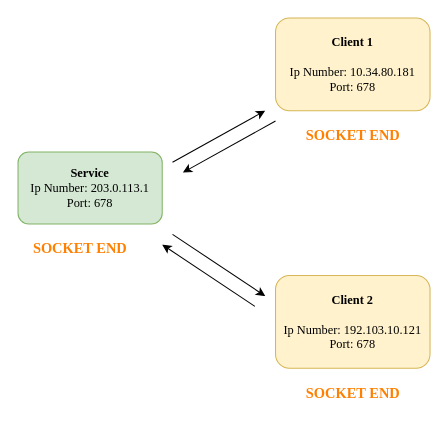
elifoz/QuantumGraphics keeps this draw.io diagram as socketEndScheme.drawio. Above is the earlier version. Source tidied: cells renumbered, new cells numbered last; positions are measured from the earlier drawing's top-left corner, leaving out a move shared by most shapes. Both pictures are drawn from the tidied source at 103%, with x=0, y=0 at pixel (18, 18).
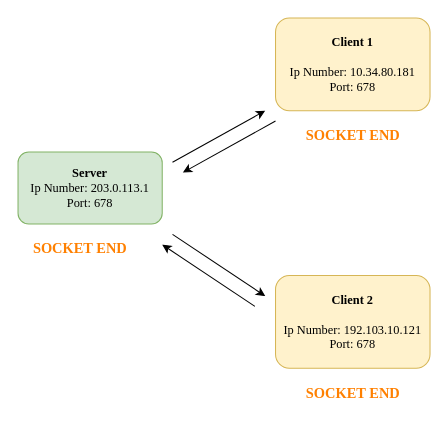
After the change.

Change to the diagram source:
```diff
@@
 <mxGraphModel>
   <root>
     <mxCell id="0" />
     <mxCell id="1" parent="0" />
     <mxCell id="2" value="&lt;b&gt;&lt;font face=&quot;Times New Roman&quot;&gt;Client 1&lt;br&gt;&lt;/font&gt;&lt;/b&gt;&lt;br&gt;&lt;font face=&quot;Times New Roman&quot;&gt;Ip Number: 10.34.80.181&lt;br&gt;Port: 678&lt;/font&gt;" style="rounded=1;whiteSpace=wrap;html=1;fillColor=#fff2cc;strokeColor=#d6b656;" parent="1" vertex="1">
       <mxGeometry x="250" width="150" height="90" as="geometry" />
     </mxCell>
     <mxCell id="3" value="&lt;b&gt;&lt;font face=&quot;Times New Roman&quot;&gt;Client 2&lt;br&gt;&lt;/font&gt;&lt;/b&gt;&lt;br&gt;&lt;font face=&quot;Times New Roman&quot;&gt;Ip Number: 192.103.10.121&lt;br&gt;Port: 678&lt;/font&gt;" style="rounded=1;whiteSpace=wrap;html=1;fillColor=#fff2cc;strokeColor=#d6b656;" parent="1" vertex="1">
       <mxGeometry x="250" y="250" width="150" height="90" as="geometry" />
     </mxCell>
-    <mxCell id="4" value="&lt;b&gt;Service&lt;br&gt;&lt;/b&gt;Ip Number: 203.0.113.1&lt;br&gt;Port: 678&lt;b&gt;&lt;br&gt;&lt;/b&gt;" style="rounded=1;whiteSpace=wrap;html=1;fontFamily=Times New Roman;fillColor=#d5e8d4;strokeColor=#82b366;" parent="1" vertex="1">
+    <mxCell id="4" value="&lt;b&gt;Server&lt;br&gt;&lt;/b&gt;Ip Number: 203.0.113.1&lt;br&gt;Port: 678&lt;b&gt;&lt;br&gt;&lt;/b&gt;" style="rounded=1;whiteSpace=wrap;html=1;fontFamily=Times New Roman;fillColor=#d5e8d4;strokeColor=#82b366;" parent="1" vertex="1">
       <mxGeometry y="130" width="140" height="70" as="geometry" />
     </mxCell>
     <mxCell id="5" style="endArrow=classic;html=1;rounded=0;fontFamily=Times New Roman;" parent="1" edge="1">
       <mxGeometry relative="1" as="geometry">
         <mxPoint x="150" y="140" as="sourcePoint" />
         <mxPoint x="240" y="90" as="targetPoint" />
       </mxGeometry>
     </mxCell>
     <mxCell id="6" style="endArrow=classic;html=1;rounded=0;fontFamily=Times New Roman;" parent="1" edge="1">
       <mxGeometry relative="1" as="geometry">
         <mxPoint x="250" y="100" as="sourcePoint" />
         <mxPoint x="160" y="150" as="targetPoint" />
       </mxGeometry>
     </mxCell>
     <mxCell id="7" style="endArrow=classic;html=1;rounded=0;fontFamily=Times New Roman;" parent="1" edge="1">
       <mxGeometry relative="1" as="geometry">
         <mxPoint x="150" y="210" as="sourcePoint" />
         <mxPoint x="240" y="270" as="targetPoint" />
       </mxGeometry>
     </mxCell>
     <mxCell id="8" style="endArrow=classic;html=1;rounded=0;fontFamily=Times New Roman;" parent="1" edge="1">
       <mxGeometry relative="1" as="geometry">
         <mxPoint x="230" y="280" as="sourcePoint" />
         <mxPoint x="140" y="220" as="targetPoint" />
       </mxGeometry>
     </mxCell>
     <mxCell id="9" value="&lt;b&gt;&lt;font style=&quot;font-size: 14px;&quot; color=&quot;#ff8000&quot;&gt;SOCKET END&lt;/font&gt;&lt;/b&gt;" style="text;html=1;align=center;verticalAlign=middle;strokeColor=none;fillColor=none;fontFamily=Times New Roman;" parent="1" vertex="1">
       <mxGeometry x="5" y="210" width="110" height="30" as="geometry" />
     </mxCell>
     <mxCell id="10" value="&lt;b&gt;&lt;font style=&quot;font-size: 14px;&quot; color=&quot;#ff8000&quot;&gt;SOCKET END&lt;/font&gt;&lt;/b&gt;" style="text;html=1;align=center;verticalAlign=middle;strokeColor=none;fillColor=none;fontFamily=Times New Roman;" parent="1" vertex="1">
       <mxGeometry x="270" y="100" width="110" height="30" as="geometry" />
     </mxCell>
     <mxCell id="11" value="&lt;b&gt;&lt;font style=&quot;font-size: 14px;&quot; color=&quot;#ff8000&quot;&gt;SOCKET END&lt;/font&gt;&lt;/b&gt;" style="text;html=1;align=center;verticalAlign=middle;strokeColor=none;fillColor=none;fontFamily=Times New Roman;" parent="1" vertex="1">
       <mxGeometry x="270" y="350" width="110" height="30" as="geometry" />
     </mxCell>
   </root>
 </mxGraphModel>
```
